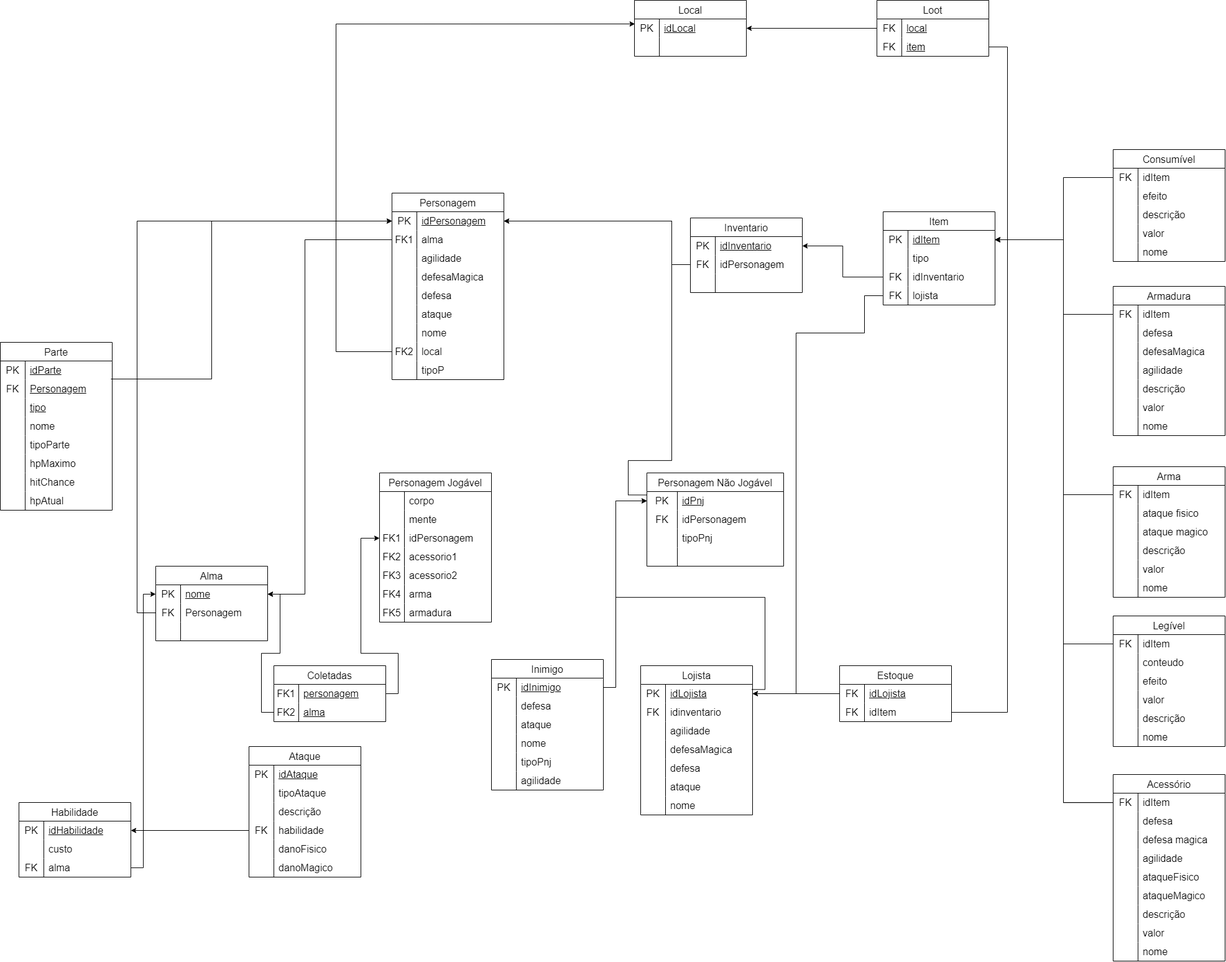
The draw.io diagram docs/modulo_01/assets/MREL.drawio.png in SBD1/2023.2_Fear_and_Hunger, before a commit. Source tidied: cells renumbered, new cells last; positions are measured from the earlier drawing's top-left corner, leaving out a move shared by most shapes.
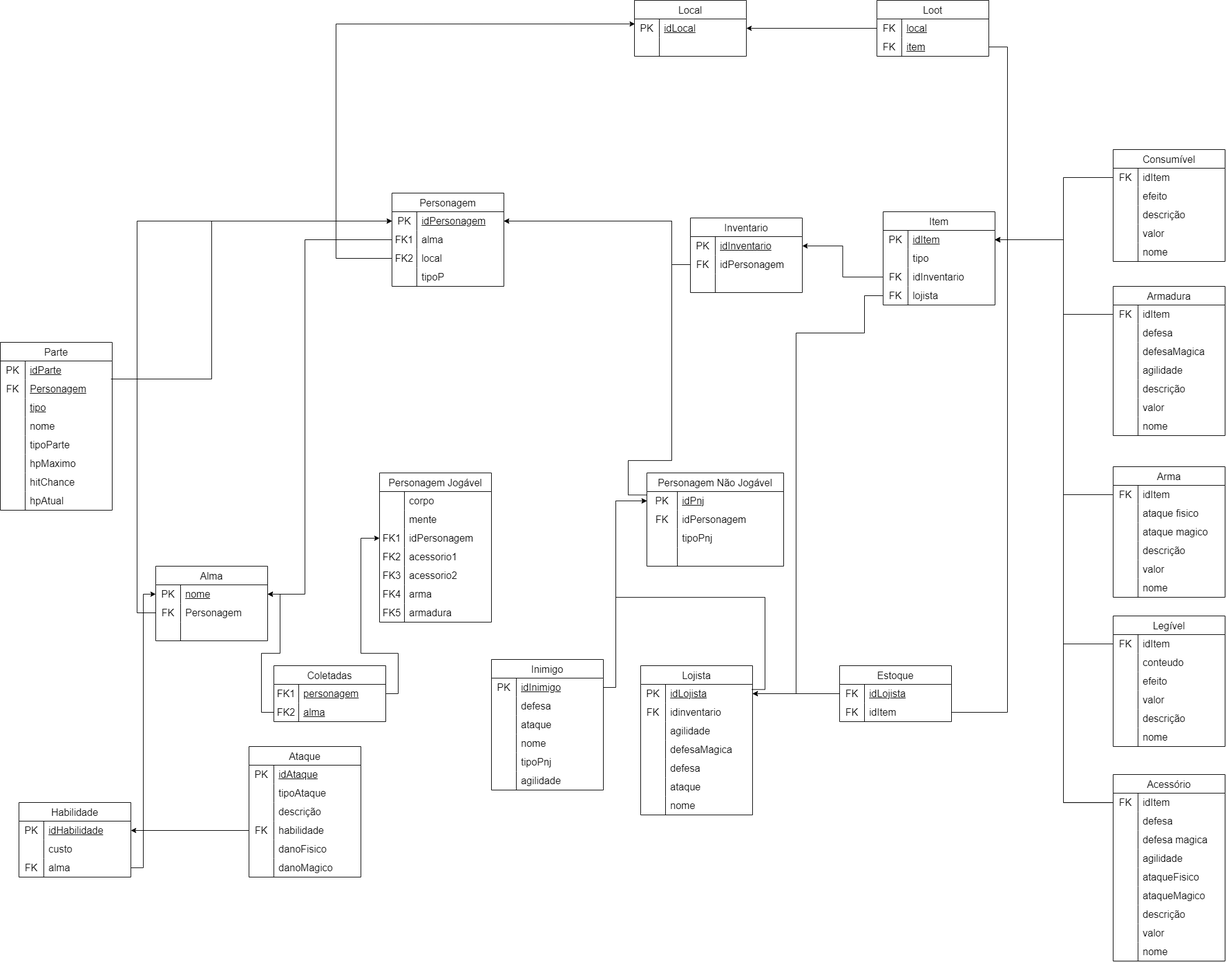
The same file after the commit.

Diff of the diagram source:
```diff
@@ -463,7 +463,7 @@
       <mxGeometry x="40" width="140" height="30" as="geometry" />
     </mxCell>
     <mxCell id="153" value="Personagem" style="shape=table;startSize=30;rowLines=0;fontStyle=0;strokeColor=default;fontSize=16;" parent="1" vertex="1">
-      <mxGeometry x="630" y="310" width="180" height="300" as="geometry" />
+      <mxGeometry x="630" y="310" width="180" height="150" as="geometry" />
     </mxCell>
     <mxCell id="154" style="shape=tableRow;horizontal=0;startSize=0;swimlaneHead=0;swimlaneBody=0;top=0;left=0;bottom=0;right=0;fillColor=none;points=[[0,0.5],[1,0.5]];portConstraint=eastwest;strokeColor=inherit;fontSize=16;" parent="153" vertex="1">
       <mxGeometry y="30" width="180" height="30" as="geometry" />
@@ -483,53 +483,8 @@
     <mxCell id="159" value="alma" style="shape=partialRectangle;html=1;whiteSpace=wrap;fillColor=none;top=0;left=0;bottom=0;right=0;align=left;spacingLeft=6;overflow=hidden;strokeColor=inherit;fontSize=16;" parent="157" vertex="1">
       <mxGeometry x="40" width="140" height="30" as="geometry" />
     </mxCell>
-    <mxCell id="160" style="shape=tableRow;horizontal=0;startSize=0;swimlaneHead=0;swimlaneBody=0;top=0;left=0;bottom=0;right=0;fillColor=none;strokeColor=inherit;fontSize=16;" parent="153" vertex="1">
-      <mxGeometry y="90" width="180" height="30" as="geometry" />
-    </mxCell>
-    <mxCell id="161" style="shape=partialRectangle;html=1;whiteSpace=wrap;fillColor=none;top=0;left=0;bottom=0;right=0;overflow=hidden;strokeColor=inherit;fontSize=16;" parent="160" vertex="1">
-      <mxGeometry width="40" height="30" as="geometry" />
-    </mxCell>
-    <mxCell id="162" value="agilidade" style="shape=partialRectangle;html=1;whiteSpace=wrap;fillColor=none;top=0;left=0;bottom=0;right=0;align=left;spacingLeft=6;overflow=hidden;strokeColor=inherit;fontSize=16;" parent="160" vertex="1">
-      <mxGeometry x="40" width="140" height="30" as="geometry" />
-    </mxCell>
-    <mxCell id="163" style="shape=tableRow;horizontal=0;startSize=0;swimlaneHead=0;swimlaneBody=0;top=0;left=0;bottom=0;right=0;fillColor=none;strokeColor=inherit;fontSize=16;" parent="153" vertex="1">
-      <mxGeometry y="120" width="180" height="30" as="geometry" />
-    </mxCell>
-    <mxCell id="164" style="shape=partialRectangle;html=1;whiteSpace=wrap;fillColor=none;top=0;left=0;bottom=0;right=0;overflow=hidden;strokeColor=inherit;fontSize=16;" parent="163" vertex="1">
-      <mxGeometry width="40" height="30" as="geometry" />
-    </mxCell>
-    <mxCell id="165" value="defesaMagica" style="shape=partialRectangle;html=1;whiteSpace=wrap;fillColor=none;top=0;left=0;bottom=0;right=0;align=left;spacingLeft=6;overflow=hidden;strokeColor=inherit;fontSize=16;" parent="163" vertex="1">
-      <mxGeometry x="40" width="140" height="30" as="geometry" />
-    </mxCell>
-    <mxCell id="166" style="shape=tableRow;horizontal=0;startSize=0;swimlaneHead=0;swimlaneBody=0;top=0;left=0;bottom=0;right=0;fillColor=none;strokeColor=inherit;fontSize=16;" parent="153" vertex="1">
-      <mxGeometry y="150" width="180" height="30" as="geometry" />
-    </mxCell>
-    <mxCell id="167" style="shape=partialRectangle;html=1;whiteSpace=wrap;fillColor=none;top=0;left=0;bottom=0;right=0;overflow=hidden;strokeColor=inherit;fontSize=16;" parent="166" vertex="1">
-      <mxGeometry width="40" height="30" as="geometry" />
-    </mxCell>
-    <mxCell id="168" value="defesa" style="shape=partialRectangle;html=1;whiteSpace=wrap;fillColor=none;top=0;left=0;bottom=0;right=0;align=left;spacingLeft=6;overflow=hidden;strokeColor=inherit;fontSize=16;" parent="166" vertex="1">
-      <mxGeometry x="40" width="140" height="30" as="geometry" />
-    </mxCell>
-    <mxCell id="169" style="shape=tableRow;horizontal=0;startSize=0;swimlaneHead=0;swimlaneBody=0;top=0;left=0;bottom=0;right=0;fillColor=none;strokeColor=inherit;fontSize=16;" parent="153" vertex="1">
-      <mxGeometry y="180" width="180" height="30" as="geometry" />
-    </mxCell>
-    <mxCell id="170" style="shape=partialRectangle;html=1;whiteSpace=wrap;fillColor=none;top=0;left=0;bottom=0;right=0;overflow=hidden;strokeColor=inherit;fontSize=16;" parent="169" vertex="1">
-      <mxGeometry width="40" height="30" as="geometry" />
-    </mxCell>
-    <mxCell id="171" value="ataque" style="shape=partialRectangle;html=1;whiteSpace=wrap;fillColor=none;top=0;left=0;bottom=0;right=0;align=left;spacingLeft=6;overflow=hidden;strokeColor=inherit;fontSize=16;" parent="169" vertex="1">
-      <mxGeometry x="40" width="140" height="30" as="geometry" />
-    </mxCell>
-    <mxCell id="172" style="shape=tableRow;horizontal=0;startSize=0;swimlaneHead=0;swimlaneBody=0;top=0;left=0;bottom=0;right=0;fillColor=none;strokeColor=inherit;fontSize=16;" parent="153" vertex="1">
-      <mxGeometry y="210" width="180" height="30" as="geometry" />
-    </mxCell>
-    <mxCell id="173" style="shape=partialRectangle;html=1;whiteSpace=wrap;fillColor=none;top=0;left=0;bottom=0;right=0;overflow=hidden;strokeColor=inherit;fontSize=16;" parent="172" vertex="1">
-      <mxGeometry width="40" height="30" as="geometry" />
-    </mxCell>
-    <mxCell id="174" value="nome" style="shape=partialRectangle;html=1;whiteSpace=wrap;fillColor=none;top=0;left=0;bottom=0;right=0;align=left;spacingLeft=6;overflow=hidden;strokeColor=inherit;fontSize=16;" parent="172" vertex="1">
-      <mxGeometry x="40" width="140" height="30" as="geometry" />
-    </mxCell>
     <mxCell id="175" style="shape=tableRow;horizontal=0;startSize=0;swimlaneHead=0;swimlaneBody=0;top=0;left=0;bottom=0;right=0;fillColor=none;points=[[0,0.5],[1,0.5]];portConstraint=eastwest;strokeColor=inherit;fontSize=16;" parent="153" vertex="1">
-      <mxGeometry y="240" width="180" height="30" as="geometry" />
+      <mxGeometry y="90" width="180" height="30" as="geometry" />
     </mxCell>
     <mxCell id="176" value="FK2" style="shape=partialRectangle;html=1;whiteSpace=wrap;fillColor=none;top=0;left=0;bottom=0;right=0;overflow=hidden;strokeColor=inherit;fontSize=16;" parent="175" vertex="1">
       <mxGeometry width="40" height="30" as="geometry" />
@@ -538,7 +493,7 @@
       <mxGeometry x="40" width="140" height="30" as="geometry" />
     </mxCell>
     <mxCell id="178" style="shape=tableRow;horizontal=0;startSize=0;swimlaneHead=0;swimlaneBody=0;top=0;left=0;bottom=0;right=0;fillColor=none;strokeColor=inherit;fontSize=16;" parent="153" vertex="1">
-      <mxGeometry y="270" width="180" height="30" as="geometry" />
+      <mxGeometry y="120" width="180" height="30" as="geometry" />
     </mxCell>
     <mxCell id="179" style="shape=partialRectangle;html=1;whiteSpace=wrap;fillColor=none;top=0;left=0;bottom=0;right=0;overflow=hidden;strokeColor=inherit;fontSize=16;" parent="178" vertex="1">
       <mxGeometry width="40" height="30" as="geometry" />
@@ -940,7 +895,7 @@
     <mxCell id="308" style="endArrow=classic;html=1;rounded=0;exitX=0;exitY=0.5;exitDx=0;exitDy=0;entryX=0.004;entryY=0.267;entryDx=0;entryDy=0;entryPerimeter=0;edgeStyle=orthogonalEdgeStyle;" parent="1" edge="1" source="175" target="182">
       <mxGeometry relative="1" as="geometry">
         <Array as="points">
-          <mxPoint x="540" y="565" />
+          <mxPoint x="540" y="415" />
           <mxPoint x="540" y="38" />
         </Array>
       </mxGeometry>
```
